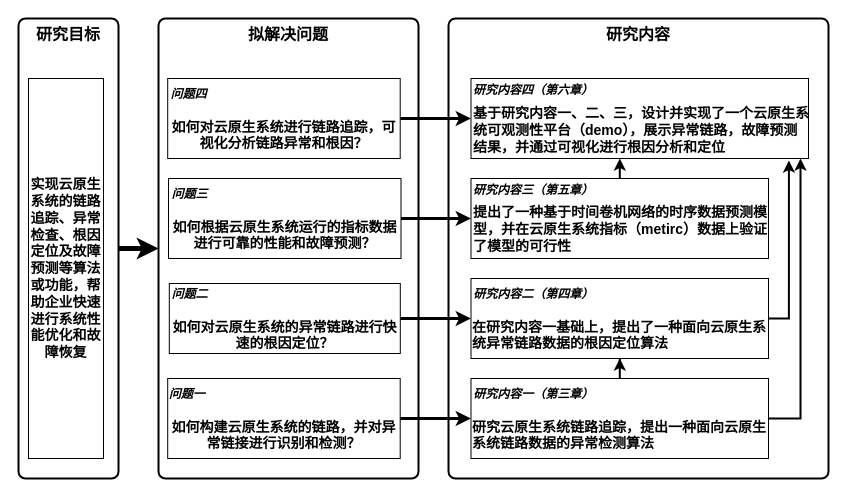
Earlier version of the draw.io diagram page "研究框架" (11 of 12) of shrine-doc/论文相关.drawio (easefulfil/CLOUDCARE). Source tidied: cells renumbered, new cells numbered last; positions are measured from the earlier drawing's top-left corner, leaving out a move shared by most shapes. Both pictures are drawn from the tidied source at 100%, with x=0, y=0 at pixel (18, 18).
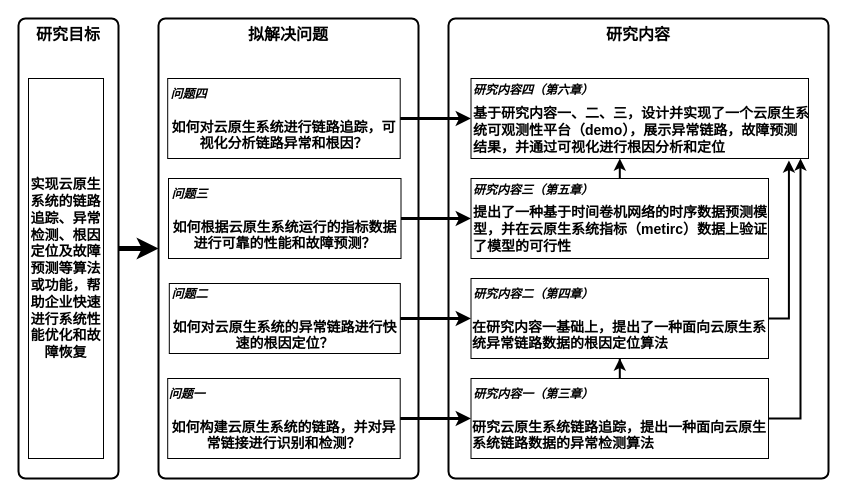
Above is the later version.

Commit message:
更新论文相关.drawio

Change to the diagram source:
```diff
@@
-    <mxCell id="4" value="&lt;font style=&quot;font-size: 14px;&quot;&gt;&lt;b&gt;&lt;span style=&quot;text-align: start; font-family: 仿宋_GB2312; font-size: 14px;&quot;&gt;实现云原生系统的&lt;/span&gt;&lt;span style=&quot;text-align: start; font-family: 仿宋_GB2312; font-size: 14px;&quot;&gt;链路追踪、异常检查、根因定位及故障预测等算法或功能，帮助&lt;/span&gt;&lt;span style=&quot;text-align: start; font-size: 14px;&quot;&gt;&lt;/span&gt;企业快速进行系统性能优化和故障恢复&lt;br style=&quot;font-size: 14px;&quot;&gt;&lt;/b&gt;&lt;/font&gt;&lt;span style=&quot;font-size: 14px; text-align: start;&quot;&gt;&lt;/span&gt;" style="rounded=0;whiteSpace=wrap;html=1;fontSize=14;" parent="1" vertex="1">
+    <mxCell id="4" value="&lt;font style=&quot;font-size: 14px;&quot;&gt;&lt;b&gt;&lt;span style=&quot;text-align: start; font-family: 仿宋_GB2312; font-size: 14px;&quot;&gt;实现云原生系统的&lt;/span&gt;&lt;span style=&quot;text-align: start; font-family: 仿宋_GB2312; font-size: 14px;&quot;&gt;链路追踪、异常检测、根因定位及故障预测等算法或功能，帮助&lt;/span&gt;&lt;span style=&quot;text-align: start; font-size: 14px;&quot;&gt;&lt;/span&gt;企业快速进行系统性能优化和故障恢复&lt;br style=&quot;font-size: 14px;&quot;&gt;&lt;/b&gt;&lt;/font&gt;&lt;span style=&quot;font-size: 14px; text-align: start;&quot;&gt;&lt;/span&gt;" style="rounded=0;whiteSpace=wrap;html=1;fontSize=14;" parent="1" vertex="1">
       <mxGeometry x="10" y="60" width="75" height="380" as="geometry" />
     </mxCell>
```
